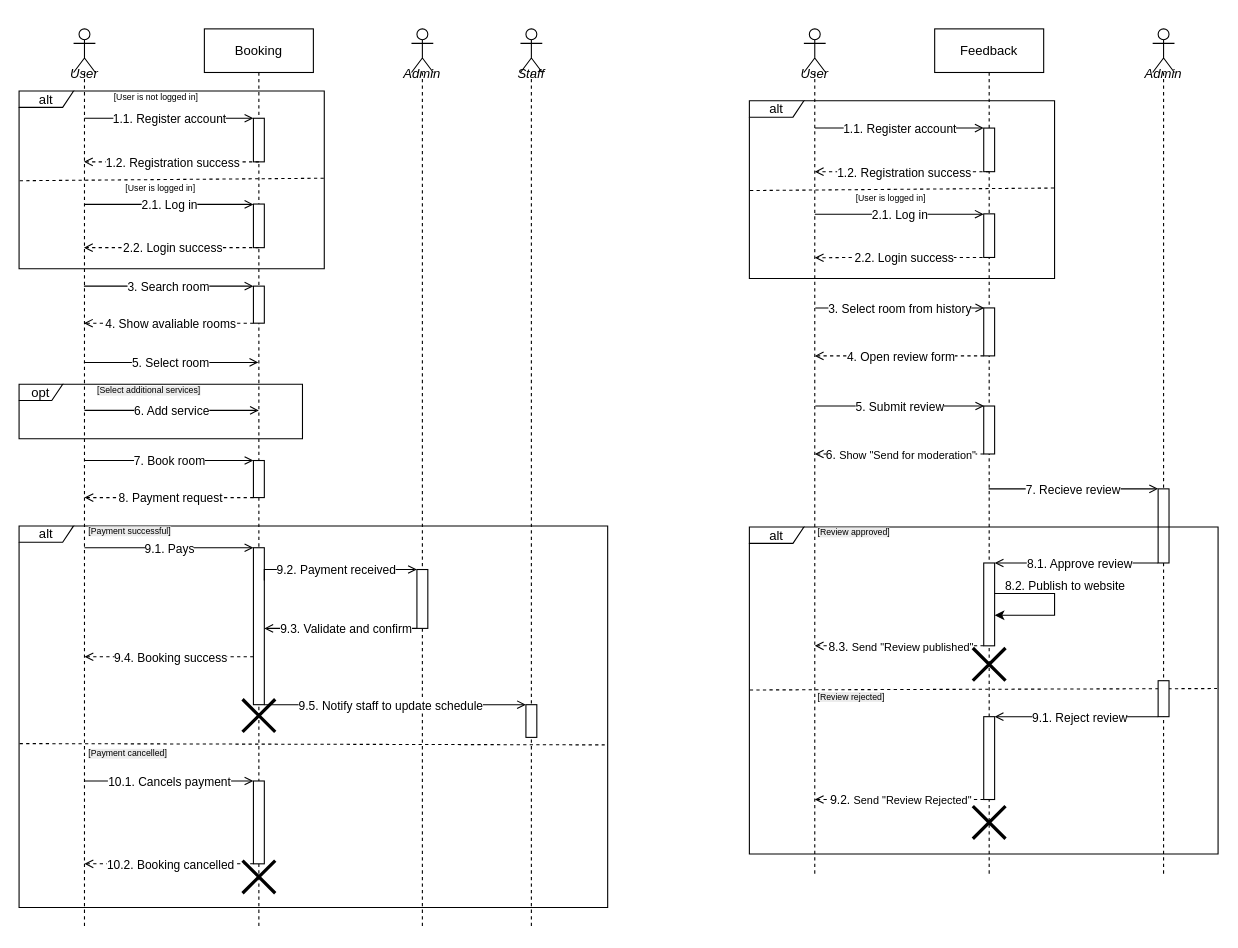
M1RVKL/MavpoLabs keeps this draw.io diagram as Lab3/Sequence Diagram.drawio. Above is the earlier version. Source tidied: cells renumbered, new cells numbered last; positions are measured from the earlier drawing's top-left corner, leaving out a move shared by most shapes. Both pictures are drawn from the tidied source at 109%, with x=0, y=0 at pixel (19, 28).
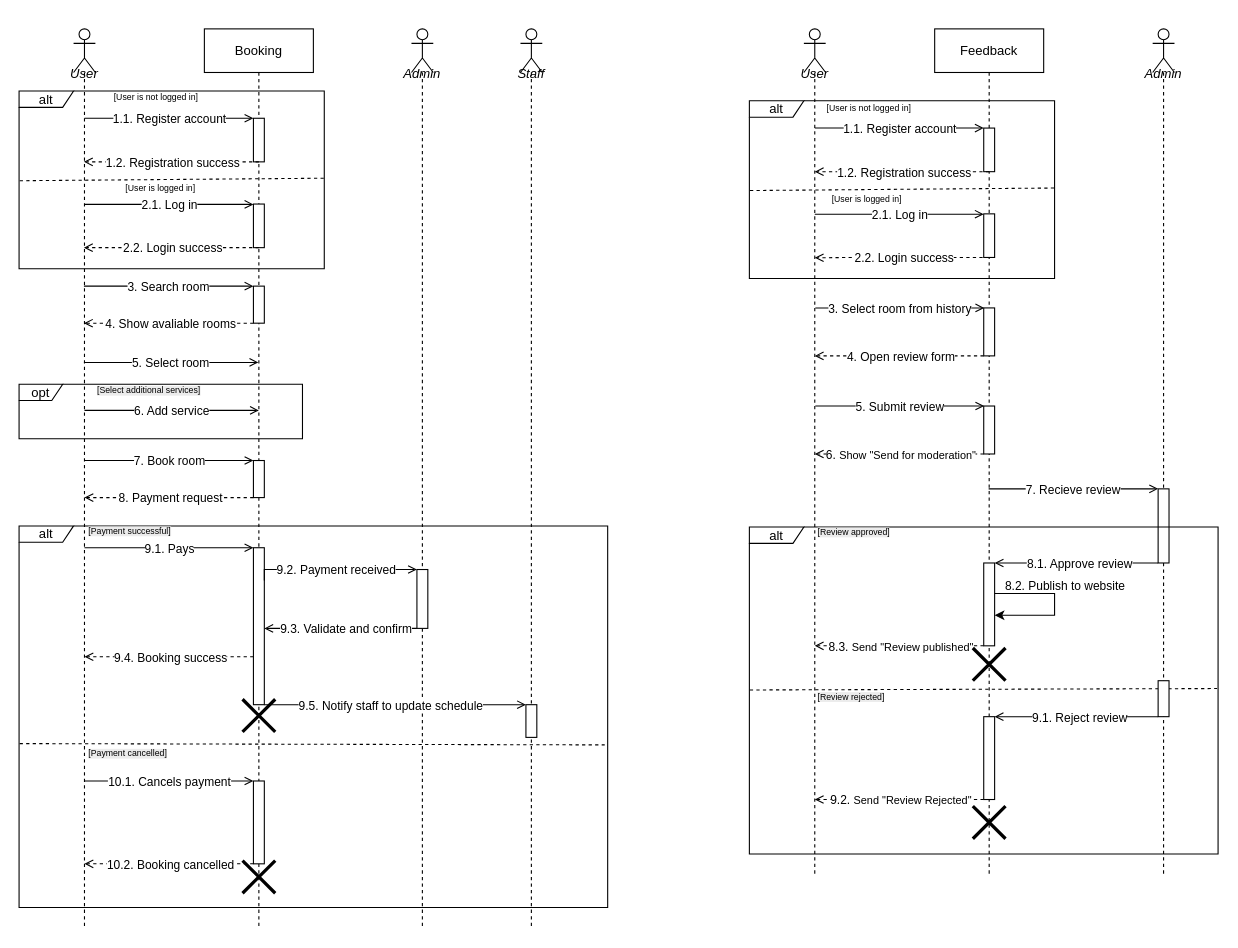
The same diagram, later.

What changed in the source:
```diff
@@
     <mxCell id="77" value="&lt;font style=&quot;font-size: 8px;&quot;&gt;[User is logged in]&lt;/font&gt;" style="text;html=1;whiteSpace=wrap;strokeColor=none;fillColor=none;align=center;verticalAlign=middle;rounded=0;" parent="1" vertex="1">
-      <mxGeometry x="740" y="139" width="120" height="30" as="geometry" />
+      <mxGeometry x="718" y="139.7" width="120" height="30" as="geometry" />
     </mxCell>
@@
+    <mxCell id="108" value="&lt;font style=&quot;font-size: 8px;&quot;&gt;[User is not logged in]&lt;/font&gt;" style="text;html=1;whiteSpace=wrap;strokeColor=none;fillColor=none;align=center;verticalAlign=middle;rounded=0;" parent="1" vertex="1">
+      <mxGeometry x="720" y="57" width="120" height="30" as="geometry" />
+    </mxCell>
```
